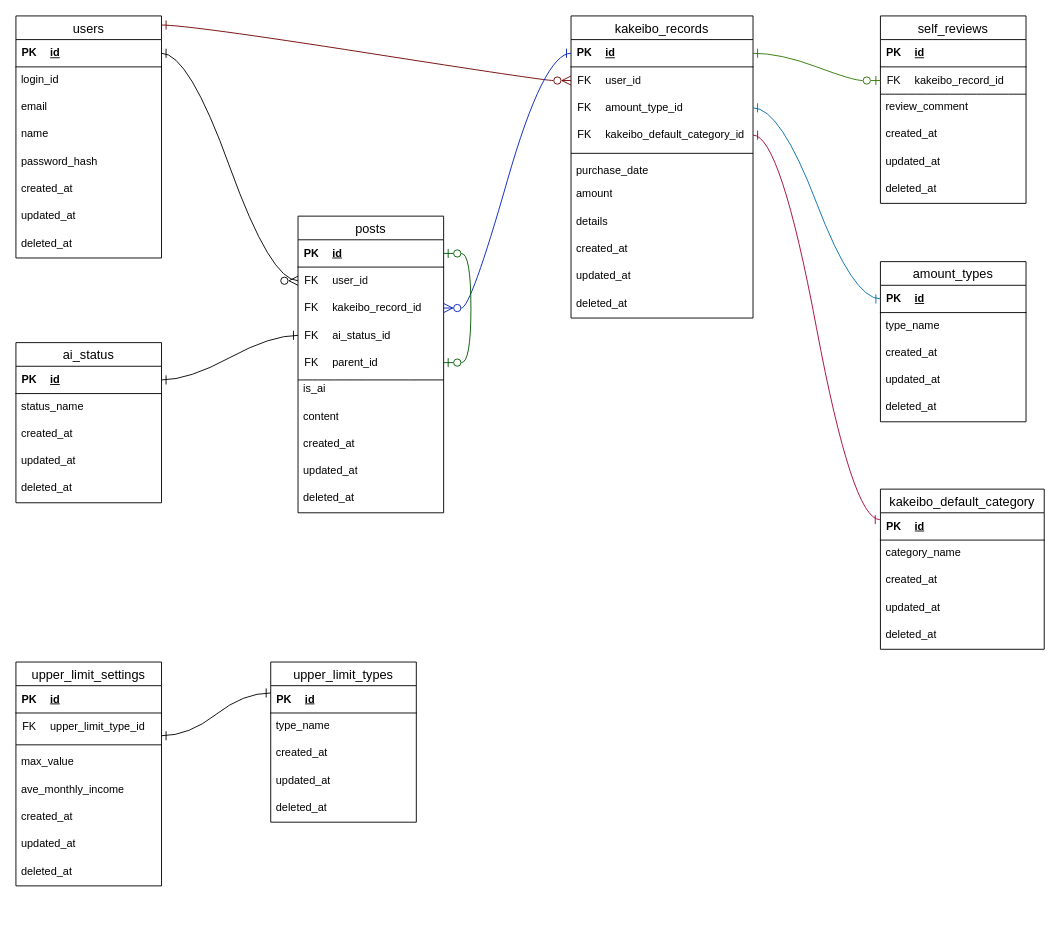
This is docs/DB設計/ER図resmane.drawio from space-musicacct/resmane, a draw.io file, before an edit. Source tidied: cells renumbered, new cells numbered last; positions are measured from the earlier drawing's top-left corner, leaving out a move shared by most shapes. Both pictures are drawn from the tidied source at 91%, with x=0, y=0 at pixel (15, 15).
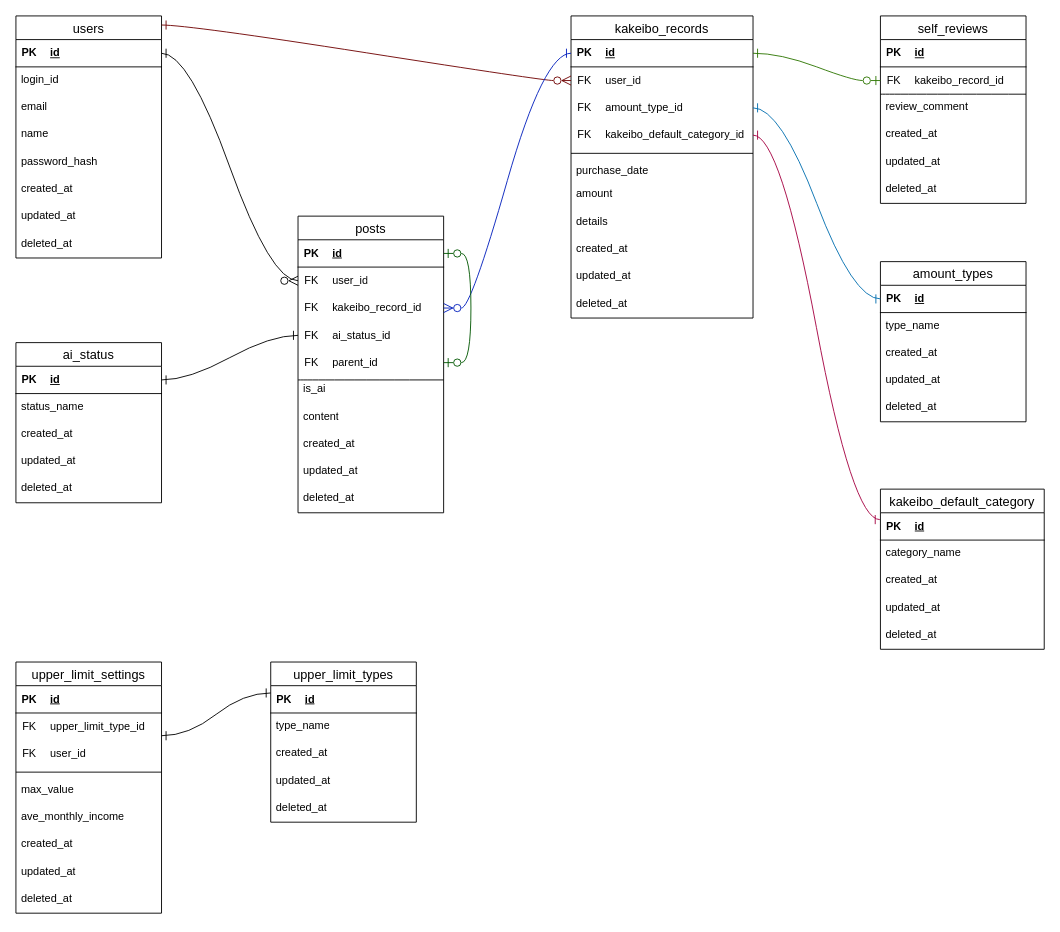
The same diagram, later.

Commit message (it also covers changes not shown here):
レビュー指摘を反映: upper_limit_settingsにuser_id FK追加、posts.user_idをNULL許容に明記

The edit, as a diff of the source:
```diff
@@
     <mxCell id="55" value="upper_limit_settings" style="swimlane;fontStyle=0;horizontal=1;startSize=26;align=center;fontSize=14;" parent="1" vertex="1">
-      <mxGeometry y="710" width="160" height="246" as="geometry" />
+      <mxGeometry y="710" width="160" height="276" as="geometry" />
     </mxCell>
@@
     <mxCell id="60" style="shape=table;startSize=0;childLayout=tableLayout;rowLines=0;fontStyle=0;align=center;strokeColor=none;fillColor=none;" parent="55" vertex="1">
-      <mxGeometry y="56" width="160" height="30" as="geometry" />
+      <mxGeometry y="56" width="160" height="60" as="geometry" />
     </mxCell>
@@
+    <mxCell id="134" style="shape=tableRow;horizontal=0;startSize=0;swimlaneHead=0;swimlaneBody=0;fillColor=none;top=0;left=0;right=0;bottom=0;" parent="60" vertex="1">
+      <mxGeometry y="30" width="160" height="30" as="geometry" />
+    </mxCell>
+    <mxCell id="135" value="FK" style="shape=partialRectangle;fillColor=none;top=0;left=0;bottom=0;right=0;fontStyle=0;overflow=hidden;whiteSpace=wrap;html=1;" parent="134" vertex="1">
+      <mxGeometry width="30" height="30" as="geometry" />
+    </mxCell>
+    <mxCell id="136" value="user_id" style="shape=partialRectangle;fillColor=none;top=0;left=0;bottom=0;right=0;align=left;spacingLeft=6;fontStyle=0;overflow=hidden;whiteSpace=wrap;html=1;" parent="134" vertex="1">
+      <mxGeometry x="30" width="130" height="30" as="geometry" />
+    </mxCell>
     <mxCell id="64" style="line;strokeWidth=1;dashed=0;labelPosition=right;align=left;verticalAlign=middle;spacingTop=0;spacingLeft=6;" parent="55" vertex="1">
-      <mxGeometry y="86" width="160" height="10" as="geometry" />
+      <mxGeometry y="116" width="160" height="10" as="geometry" />
     </mxCell>
     <mxCell id="65" value="max_value" style="text;strokeColor=none;fillColor=none;spacingLeft=4;spacingRight=4;overflow=hidden;fontSize=12;whiteSpace=wrap;html=1;" parent="55" vertex="1">
-      <mxGeometry y="96" width="160" height="30" as="geometry" />
+      <mxGeometry y="126" width="160" height="30" as="geometry" />
     </mxCell>
     <mxCell id="66" value="ave_monthly_income" style="text;strokeColor=none;fillColor=none;spacingLeft=4;spacingRight=4;overflow=hidden;fontSize=12;whiteSpace=wrap;html=1;" parent="55" vertex="1">
-      <mxGeometry y="126" width="160" height="30" as="geometry" />
+      <mxGeometry y="156" width="160" height="30" as="geometry" />
     </mxCell>
     <mxCell id="67" value="created_at" style="text;strokeColor=none;fillColor=none;spacingLeft=4;spacingRight=4;overflow=hidden;fontSize=12;whiteSpace=wrap;html=1;" parent="55" vertex="1">
-      <mxGeometry y="156" width="160" height="30" as="geometry" />
+      <mxGeometry y="186" width="160" height="30" as="geometry" />
     </mxCell>
     <mxCell id="68" value="updated_at" style="text;strokeColor=none;fillColor=none;spacingLeft=4;spacingRight=4;overflow=hidden;fontSize=12;whiteSpace=wrap;html=1;" parent="55" vertex="1">
-      <mxGeometry y="186" width="160" height="30" as="geometry" />
+      <mxGeometry y="216" width="160" height="30" as="geometry" />
     </mxCell>
     <mxCell id="69" value="deleted_at" style="text;strokeColor=none;fillColor=none;spacingLeft=4;spacingRight=4;overflow=hidden;fontSize=12;whiteSpace=wrap;html=1;" parent="55" vertex="1">
-      <mxGeometry y="216" width="160" height="30" as="geometry" />
+      <mxGeometry y="246" width="160" height="30" as="geometry" />
     </mxCell>
```
